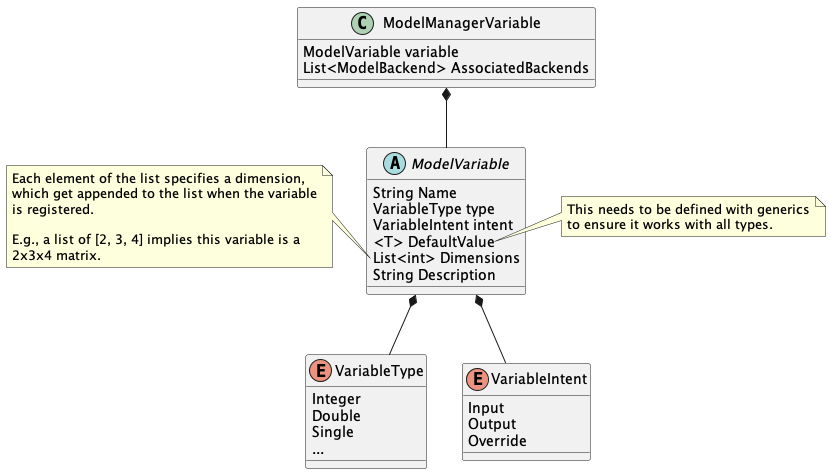
wheelerMT/GSMP keeps this PlantUML diagram as docs/PlantUML/diagrams/out/ClassDiagram-ModelVariable.png. Above is the earlier version.
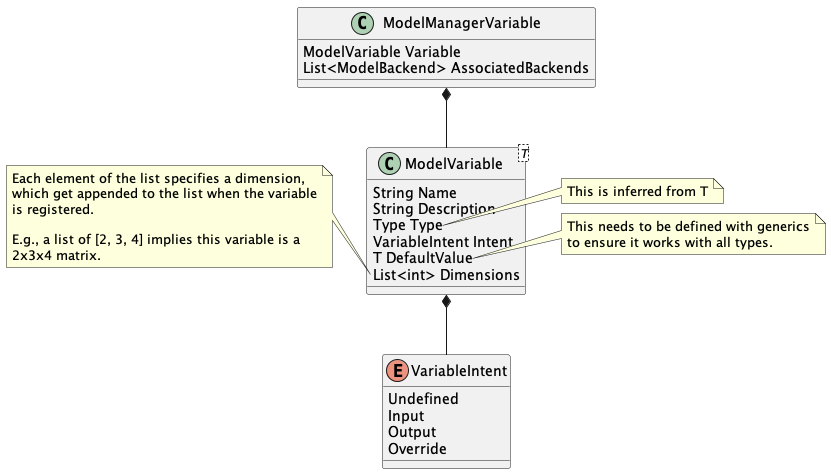
After the change.

Commit message:
Update ModelVariable class diagram .png

Diff of the diagram source:
```diff
@@ -1,18 +1,22 @@
 @startuml
 
 class ModelManagerVariable {
-ModelVariable variable
+ModelVariable Variable
 List<ModelBackend> AssociatedBackends
 }
 
-abstract class ModelVariable {
+class ModelVariable<T> {
 String Name
-VariableType type
-VariableIntent intent
-<T> DefaultValue
+String Description
+Type Type
+VariableIntent Intent
+T DefaultValue
 List<int> Dimensions
-String Description
 }
+
+note right of ModelVariable::Type
+  This is inferred from T
+end note
 
 note right of ModelVariable::DefaultValue
   This needs to be defined with generics
@@ -28,21 +32,14 @@
   2x3x4 matrix.
 end note
 
-enum VariableType {
-Integer
-Double
-Single
-...
-}
-
 enum VariableIntent {
+Undefined
 Input
 Output
 Override
 }
 
 ModelManagerVariable *-- ModelVariable
-ModelVariable *-- VariableType
 ModelVariable *-- VariableIntent
 
 @enduml
```
